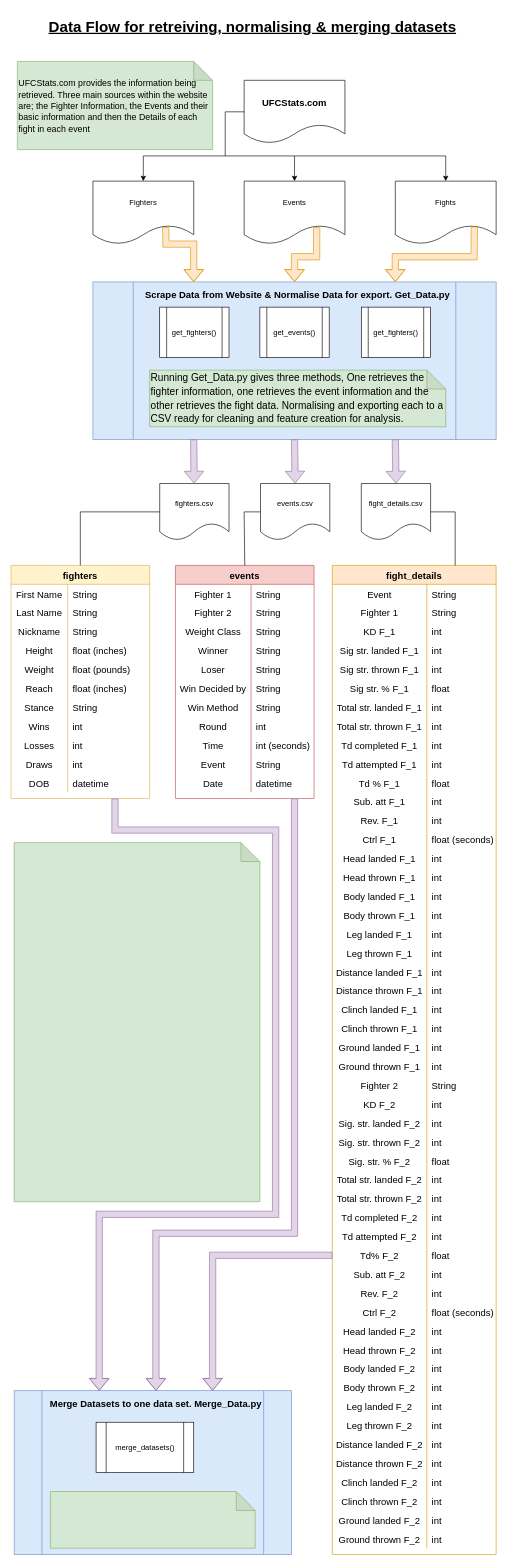
Jon-Flan/Analysis_of_UFC_Fights keeps this draw.io diagram as imgs/data_flow/data_flow_pt1.drawio. Above is the earlier version. Source tidied: cells renumbered, new cells numbered last; positions are measured from the earlier drawing's top-left corner, leaving out a move shared by most shapes. Both pictures are drawn from the tidied source at 63%, with x=0, y=0 at pixel (11, 11).
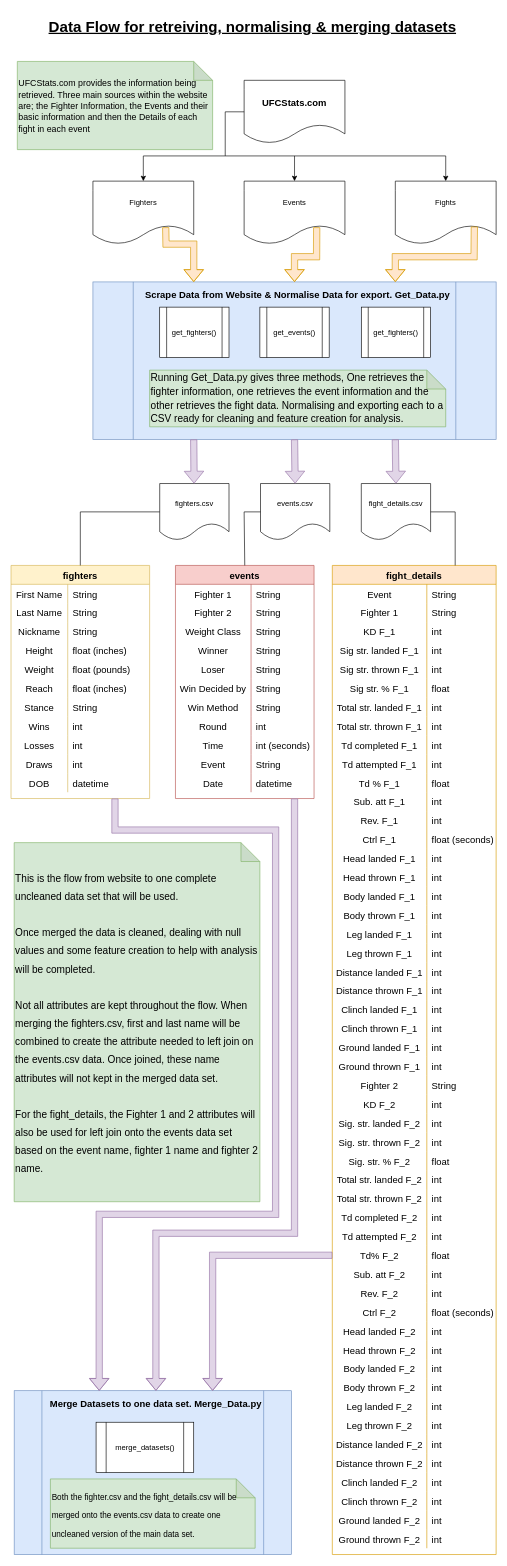
After the change.

The edit, as a diff of the source:
```diff
@@
-    <mxCell id="254" style="shape=note;whiteSpace=wrap;html=1;backgroundOutline=1;darkOpacity=0.05;fontSize=24;strokeColor=#82b366;fillColor=#d5e8d4;align=left;fontColor=default;" parent="1" vertex="1">
+    <mxCell id="254" value="&lt;div&gt;&lt;font style=&quot;font-size: 16px&quot;&gt;This is the flow from website to one complete uncleaned data set that will be used. &lt;br&gt;&lt;/font&gt;&lt;/div&gt;&lt;div&gt;&lt;font style=&quot;font-size: 16px&quot;&gt;&lt;br&gt;&lt;/font&gt;&lt;/div&gt;&lt;div&gt;&lt;font style=&quot;font-size: 16px&quot;&gt;Once merged the data is cleaned, dealing with null values and some feature creation to help with analysis will be completed. &lt;br&gt;&lt;/font&gt;&lt;/div&gt;&lt;div&gt;&lt;font style=&quot;font-size: 16px&quot;&gt;&lt;br&gt;&lt;/font&gt;&lt;/div&gt;&lt;div&gt;&lt;font style=&quot;font-size: 16px&quot;&gt;Not all attributes are kept throughout the flow. When merging the fighters.csv, first and last name will be combined to create the attribute needed to left join on the events.csv data. Once joined, these name attributes will not kept in the merged data set. &lt;br&gt;&lt;/font&gt;&lt;/div&gt;&lt;div&gt;&lt;font style=&quot;font-size: 16px&quot;&gt;&lt;br&gt;&lt;/font&gt;&lt;/div&gt;&lt;div&gt;&lt;font style=&quot;font-size: 16px&quot;&gt;For the fight_details, the Fighter 1 and 2 attributes will also be used for left join onto the events data set based on the event name, fighter 1 name and fighter 2 name.&lt;br&gt;&lt;/font&gt;&lt;/div&gt;" style="shape=note;whiteSpace=wrap;html=1;backgroundOutline=1;darkOpacity=0.05;fontSize=24;strokeColor=#82b366;fillColor=#d5e8d4;align=left;fontColor=default;" parent="1" vertex="1">
       <mxGeometry x="5" y="1320" width="390" height="570" as="geometry" />
     </mxCell>
@@
-    <mxCell id="258" style="shape=note;whiteSpace=wrap;html=1;backgroundOutline=1;darkOpacity=0.05;fontSize=24;strokeColor=#82b366;fillColor=#d5e8d4;align=left;fontColor=default;" parent="1" vertex="1">
-      <mxGeometry x="62.5" y="2350" width="325" height="90" as="geometry" />
+    <mxCell id="258" value="&lt;font style=&quot;font-size: 13px&quot;&gt;Both the fighter.csv and the fight_details.csv will be merged onto the events.csv data to create one uncleaned version of the main data set. &lt;/font&gt;" style="shape=note;whiteSpace=wrap;html=1;backgroundOutline=1;darkOpacity=0.05;fontSize=24;strokeColor=#82b366;fillColor=#d5e8d4;align=left;fontColor=default;" parent="1" vertex="1">
+      <mxGeometry x="62.5" y="2330" width="325" height="110" as="geometry" />
     </mxCell>
```
